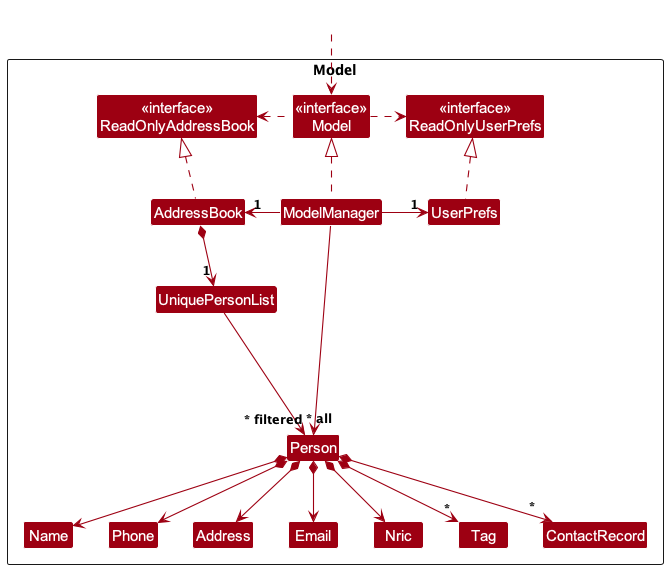
Before: docs/images/ModelClassDiagram.png, a diagram exported from PlantUML (nus-cs2103-AY2425S1/tp).
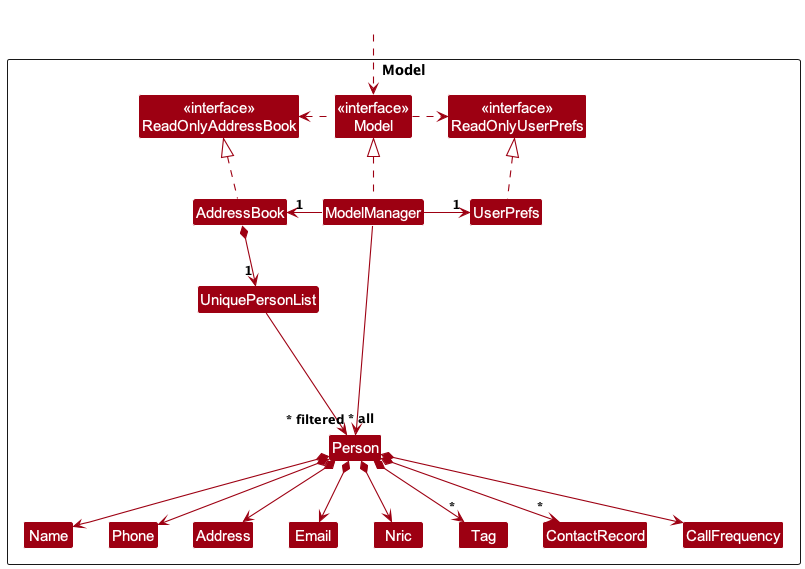
After the change.

What changed in the source:
```diff
@@ -21,6 +21,7 @@
 Class Phone
 Class Tag
 Class ContactRecord
+Class CallFrequency
 
 Class I #FFFFFF
 }
@@ -44,6 +45,7 @@
 Person *--> Phone
 Person *--> Email
 Person *--> Address
+Person *--> CallFrequency
 Person *--> "*" Tag
 Person *--> "*" ContactRecord
 
```
